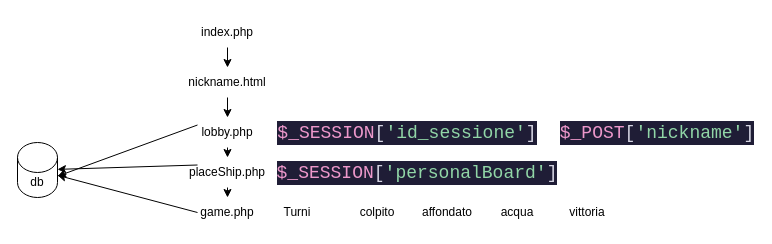
Before: BattelShip/schema.dio in pacchio1/ITS_PHP, a draw.io diagram. Source tidied: cells renumbered, new cells numbered last; positions are measured from the earlier drawing's top-left corner, leaving out a move shared by most shapes. Both pictures are drawn from the tidied source at 100%, with x=0, y=0 at pixel (17, 17).
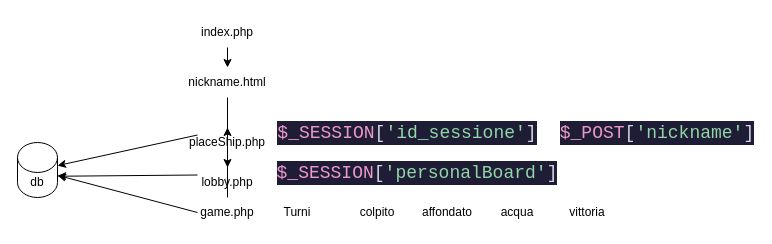
Above is the later version.

Unchanged cells that the change refers to:
```xml
<mxCell id="13" value="game.php" style="text;html=1;strokeColor=none;fillColor=none;align=center;verticalAlign=middle;whiteSpace=wrap;rounded=0;" parent="1" vertex="1">
  <mxGeometry x="180" y="180" width="60" height="30" as="geometry" />
</mxCell>
```

The edit, as a diff of the source:
```diff
@@
-    <mxCell id="8" value="lobby.php" style="text;html=1;strokeColor=none;fillColor=none;align=center;verticalAlign=middle;whiteSpace=wrap;rounded=0;" parent="1" vertex="1">
-      <mxGeometry x="180" y="100" width="60" height="30" as="geometry" />
-    </mxCell>
-    <mxCell id="9" style="edgeStyle=none;html=1;exitX=0.5;exitY=1;exitDx=0;exitDy=0;" parent="1" edge="1" source="11" target="13">
+    <mxCell id="9" style="edgeStyle=none;html=1;exitX=0.5;exitY=1;exitDx=0;exitDy=0;startArrow=none;" parent="1" edge="1" source="8" target="13">
       <mxGeometry relative="1" as="geometry" />
     </mxCell>
@@
     <mxCell id="11" value="placeShip.php" style="text;html=1;strokeColor=none;fillColor=none;align=center;verticalAlign=middle;whiteSpace=wrap;rounded=0;" parent="1" vertex="1">
-      <mxGeometry x="180" y="140" width="60" height="30" as="geometry" />
+      <mxGeometry x="180" y="110" width="60" height="30" as="geometry" />
     </mxCell>
@@
+    <mxCell id="23" style="edgeStyle=none;html=1;exitX=0.5;exitY=1;exitDx=0;exitDy=0;endArrow=none;" parent="1" edge="1" source="11" target="8">
+      <mxGeometry relative="1" as="geometry" />
+    </mxCell>
+    <mxCell id="8" value="lobby.php" style="text;html=1;strokeColor=none;fillColor=none;align=center;verticalAlign=middle;whiteSpace=wrap;rounded=0;" parent="1" vertex="1">
+      <mxGeometry x="180" y="150" width="60" height="30" as="geometry" />
+    </mxCell>
```
